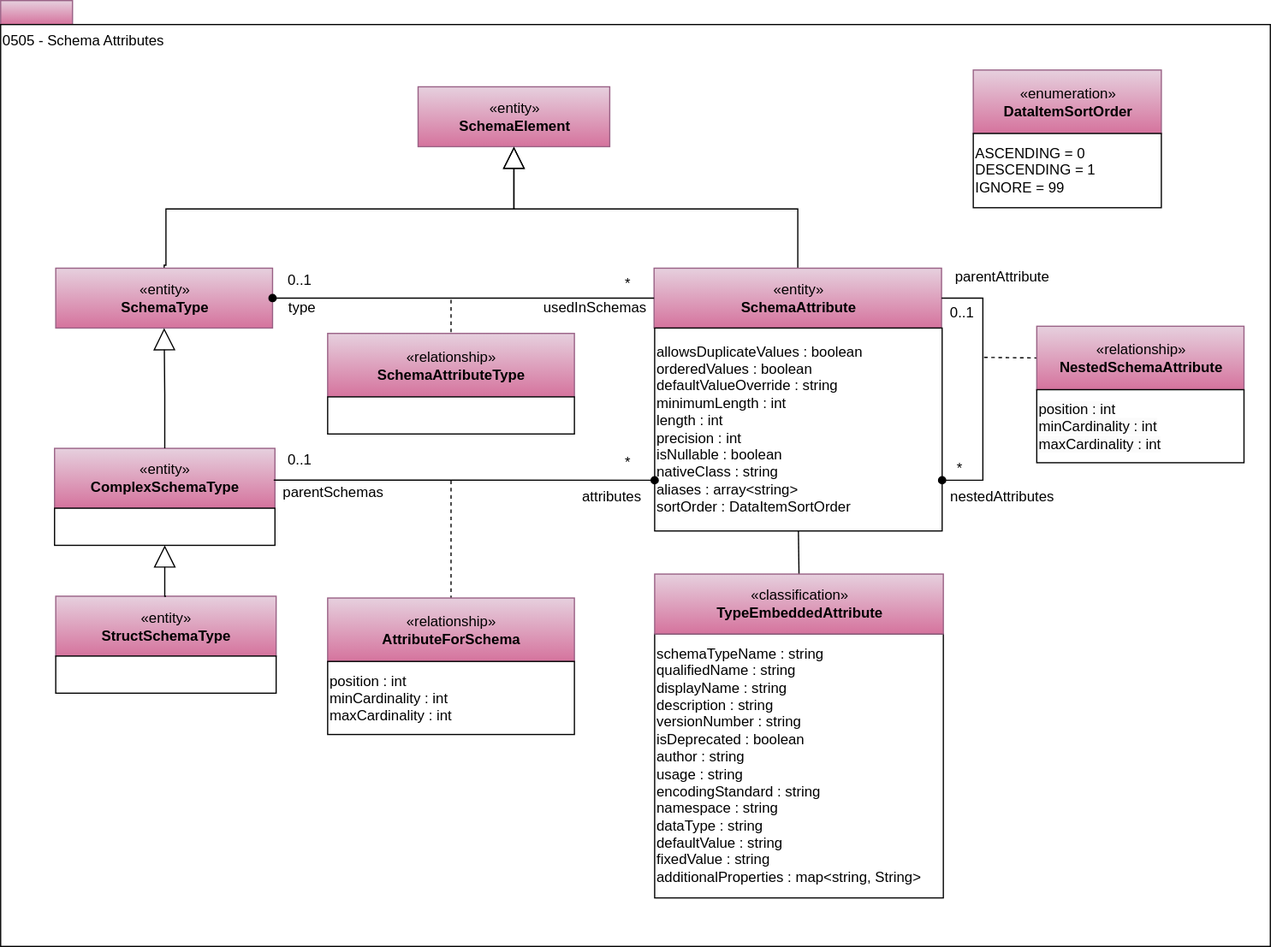
This is site/docs/types/5/0505-Schema-Attributes.svg from odpi/egeria-docs, a draw.io export, as it was before one commit. Source tidied: cells renumbered, new cells last; positions are measured from the earlier drawing's top-left corner, leaving out a move shared by most shapes.
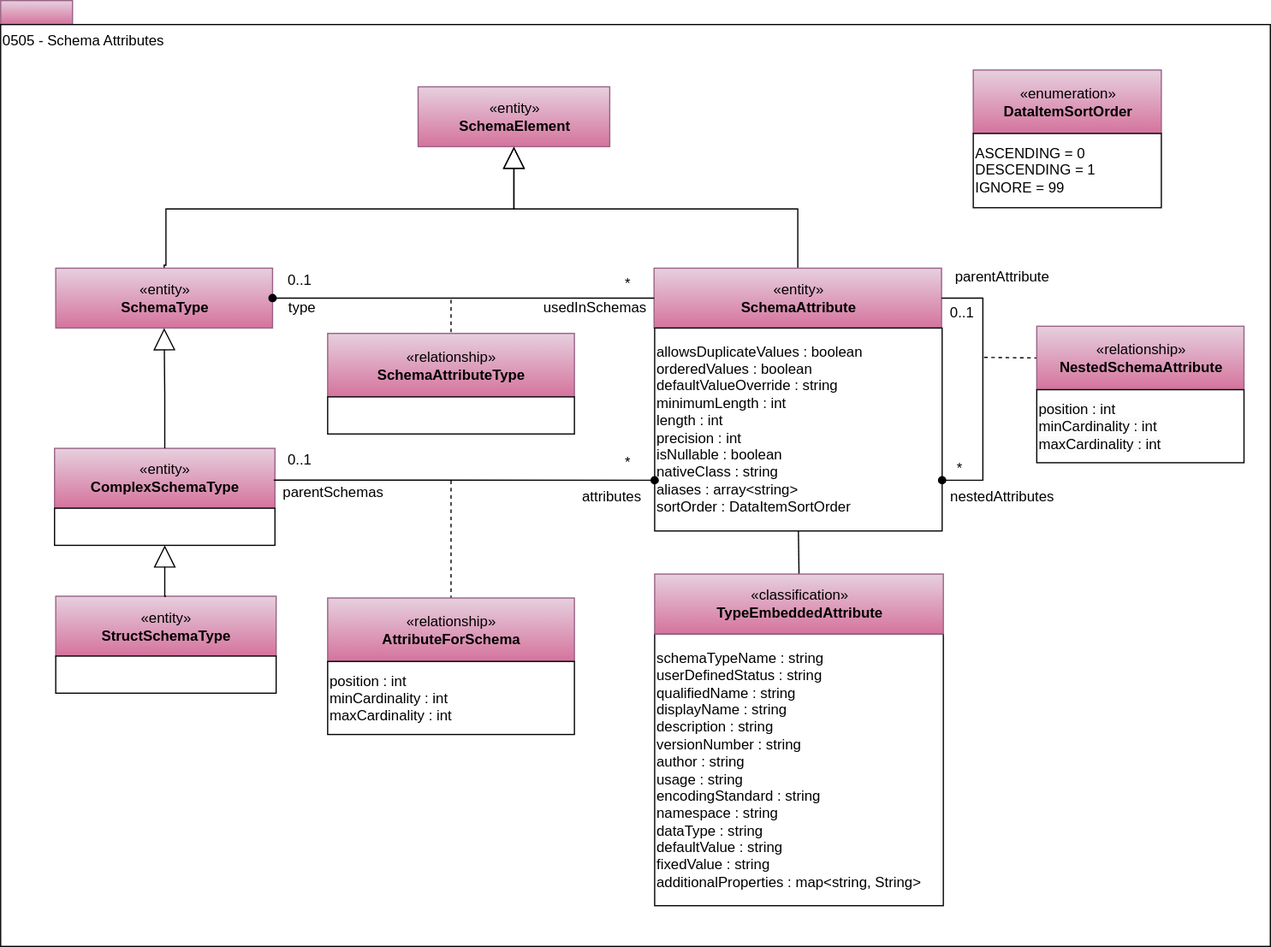
Later version of the same file.

Change to the diagram source:
```diff
@@ -98,8 +98,8 @@
     <mxCell id="28" value="&lt;font style=&quot;white-space: normal&quot;&gt;allowsDuplicateValues : boolean&lt;br&gt;orderedValues : boolean&lt;br&gt;&lt;/font&gt;&lt;span&gt;defaultValueOverride : string&lt;br&gt;minimumLength : int&lt;br&gt;length : int&lt;br&gt;precision : int&lt;br&gt;isNullable : boolean&lt;br&gt;&lt;/span&gt;&lt;font style=&quot;white-space: normal&quot;&gt;nativeClass : string&lt;br&gt;aliases : array&amp;lt;string&amp;gt;&lt;br&gt;sortOrder : DataItemSortOrder&lt;br&gt;&lt;/font&gt;" style="rounded=0;whiteSpace=wrap;html=1;strokeColor=#000000;gradientColor=#ffffff;align=left;fontColor=#000000;" parent="1" vertex="1">
       <mxGeometry x="546" y="273.5" width="240" height="169.5" as="geometry" />
     </mxCell>
-    <mxCell id="29" value="schemaTypeName : string&lt;br&gt;qualifiedName : string&lt;br&gt;displayName : string&lt;br&gt;description : string&lt;br&gt;versionNumber : string&lt;br&gt;isDeprecated : boolean&lt;br&gt;author : string&lt;br&gt;usage : string&lt;br&gt;encodingStandard : string&lt;br&gt;namespace : string&lt;br&gt;dataType : string&lt;br&gt;defaultValue : string&lt;br&gt;fixedValue : string&lt;br&gt;additionalProperties : map&amp;lt;string, String&amp;gt;&lt;br&gt;&lt;div style=&quot;text-align: left&quot;&gt;&lt;/div&gt;" style="rounded=0;whiteSpace=wrap;html=1;strokeColor=#000000;gradientColor=#ffffff;align=left;" parent="1" vertex="1">
-      <mxGeometry x="546" y="529" width="241" height="220.5" as="geometry" />
+    <mxCell id="29" value="schemaTypeName : string&lt;div&gt;userDefinedStatus : string&lt;br&gt;qualifiedName : string&lt;br&gt;displayName : string&lt;br&gt;description : string&lt;br&gt;versionNumber : string&lt;br&gt;author : string&lt;br&gt;usage : string&lt;br&gt;encodingStandard : string&lt;br&gt;namespace : string&lt;br&gt;dataType : string&lt;br&gt;defaultValue : string&lt;br&gt;fixedValue : string&lt;br&gt;additionalProperties : map&amp;lt;string, String&amp;gt;&lt;br&gt;&lt;div style=&quot;text-align: left&quot;&gt;&lt;/div&gt;&lt;/div&gt;" style="rounded=0;whiteSpace=wrap;html=1;strokeColor=#000000;gradientColor=#ffffff;align=left;" parent="1" vertex="1">
+      <mxGeometry x="546" y="529" width="241" height="227" as="geometry" />
     </mxCell>
     <mxCell id="30" value="«classification»&lt;br&gt;&lt;b&gt;TypeEmbeddedAttribute&lt;/b&gt;" style="html=1;strokeColor=#996185;align=center;fillColor=#e6d0de;gradientColor=#d5739d;" parent="1" vertex="1">
       <mxGeometry x="546" y="479" width="241" height="50" as="geometry" />
```
